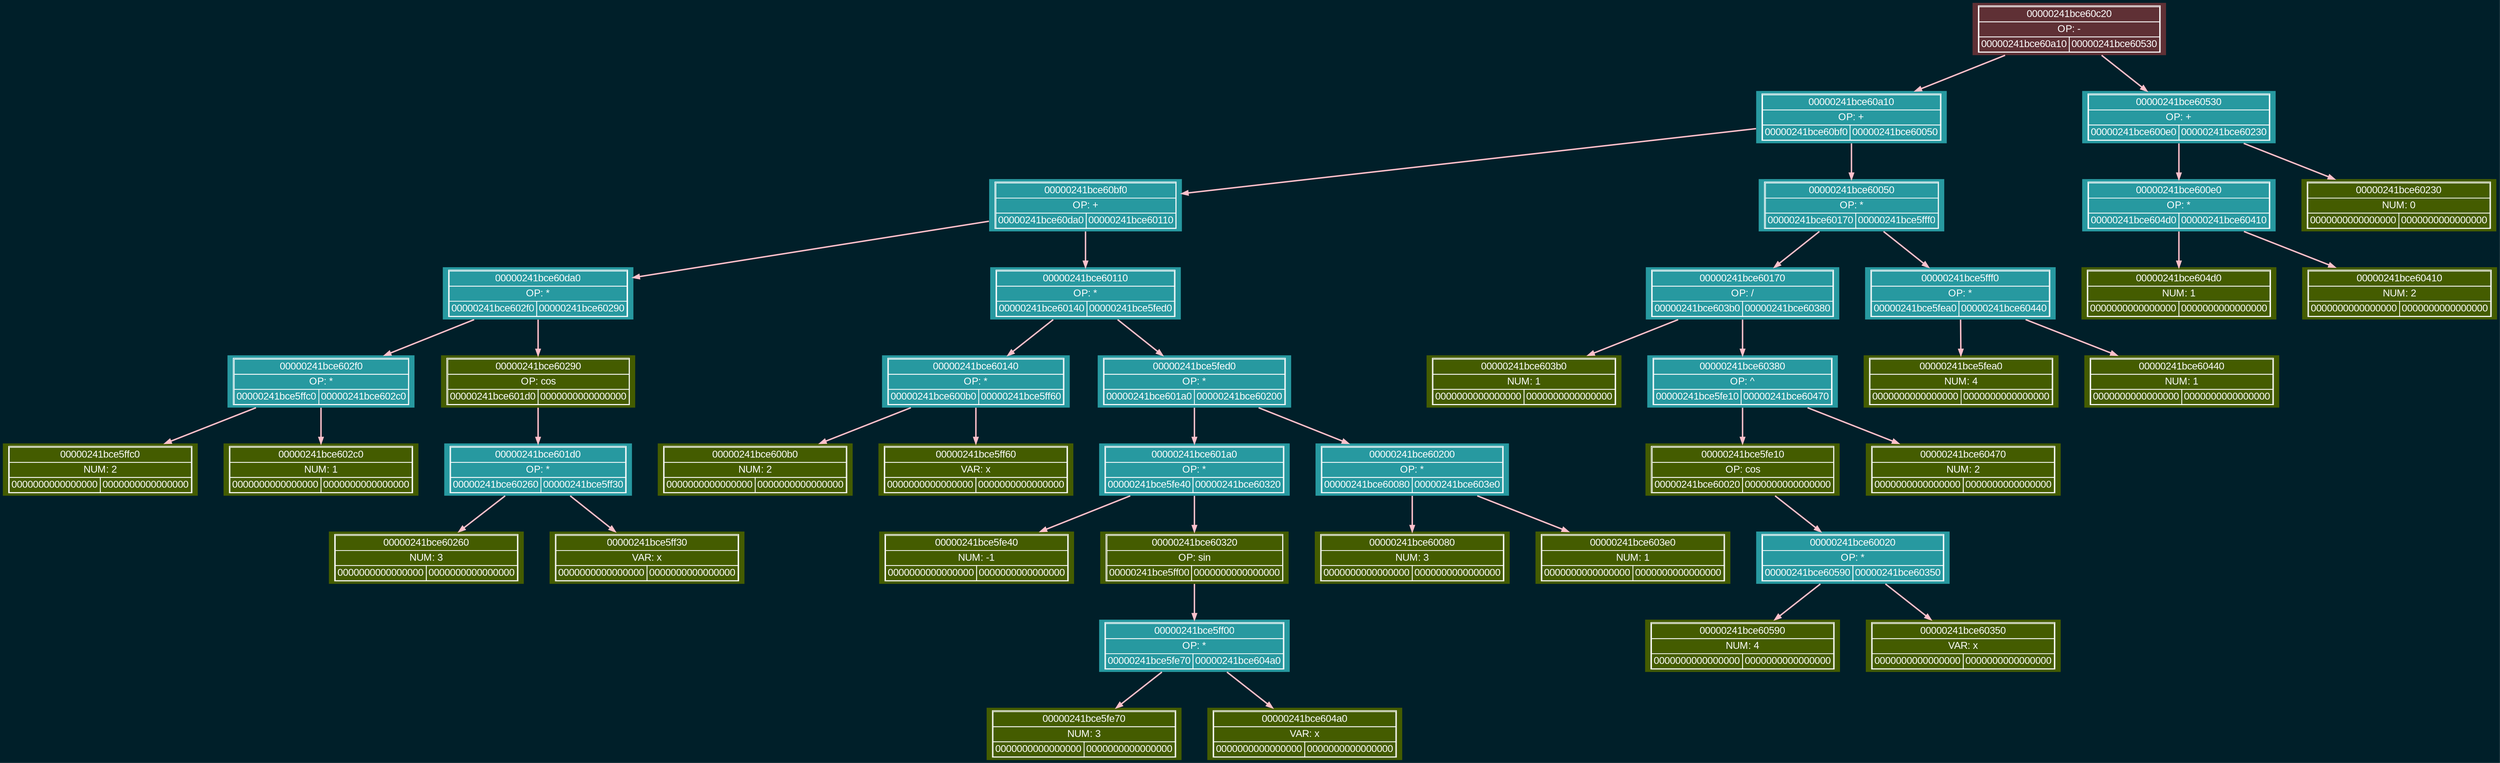
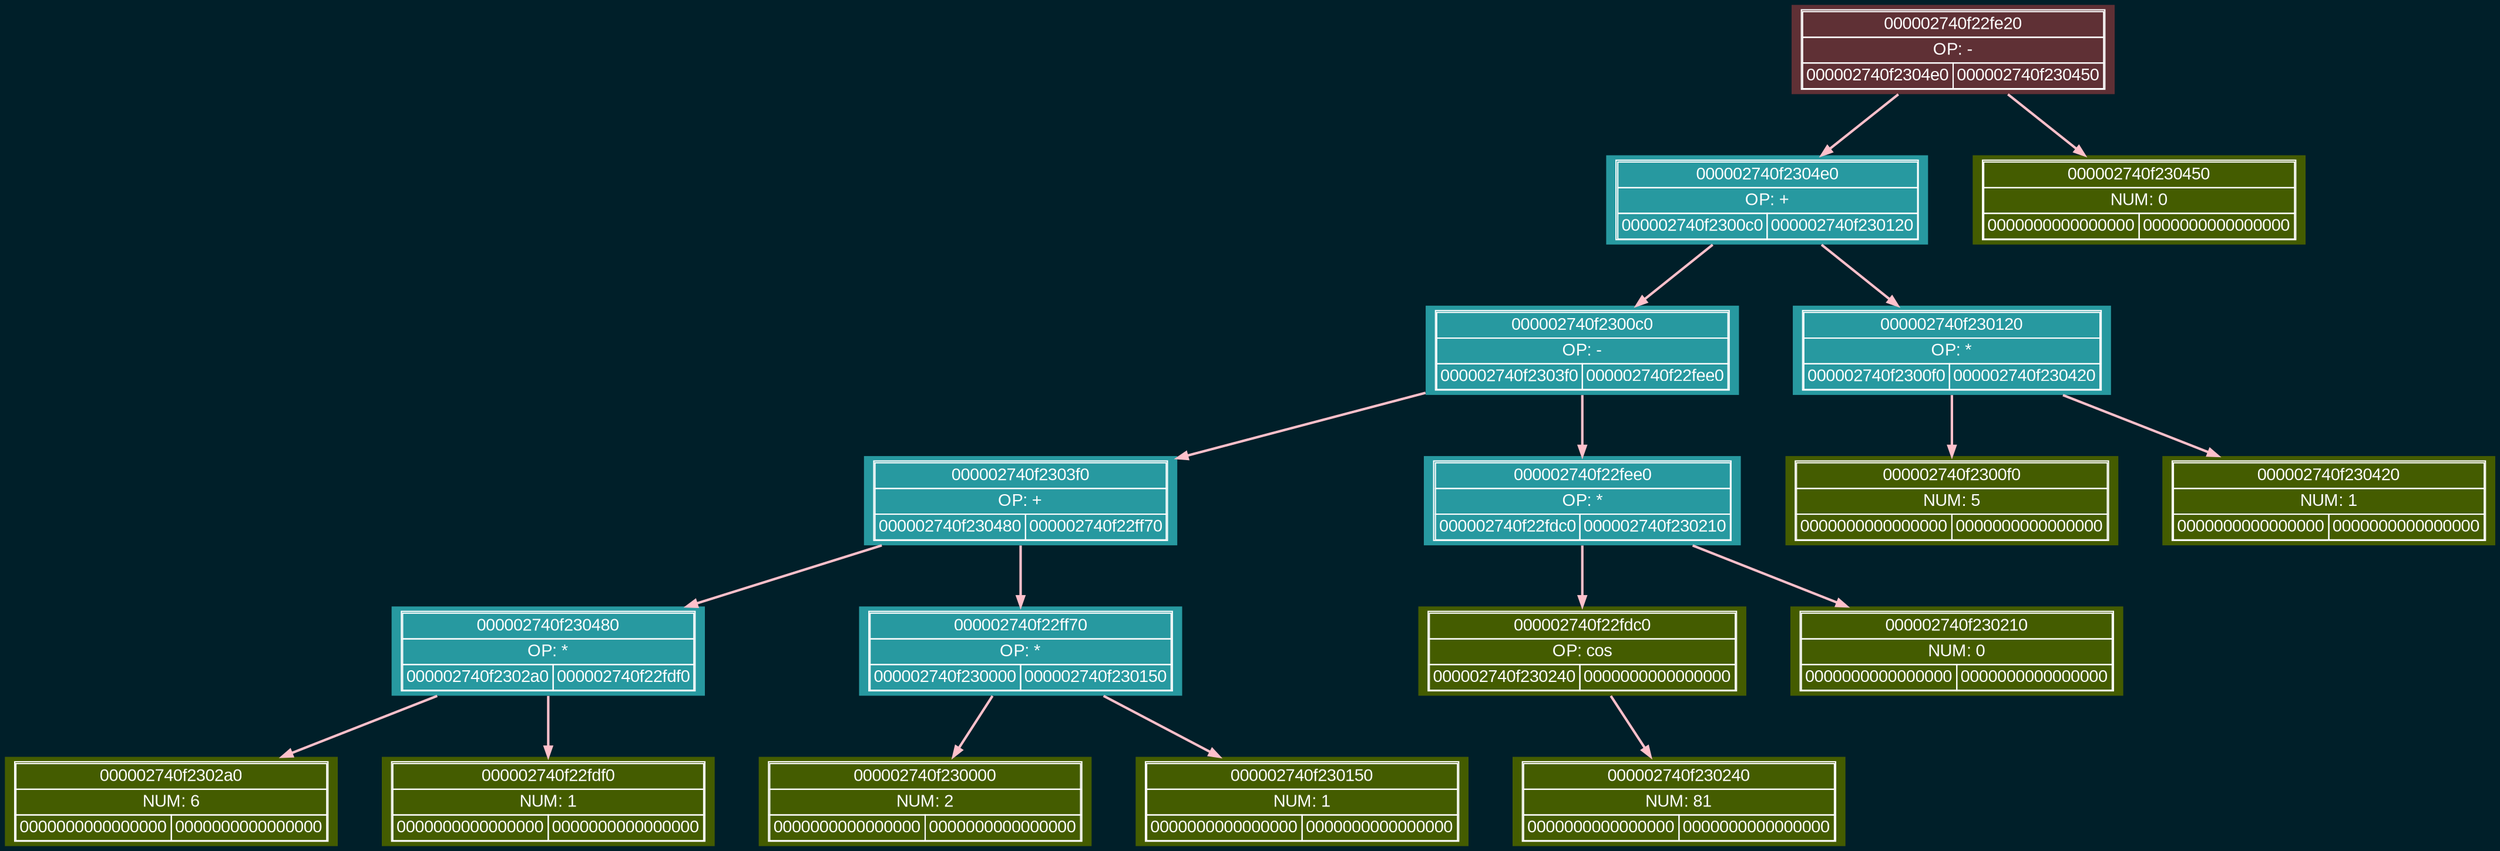
digraph tree{
    charset="UTF-8";
    bgcolor="#001f29";
     rankdir = TB;
    nodesep = 0.5;
    ranksep = 0.7;
    node [shape=plaintext, style=filled, fontname="Arial"];
    edge [fontname="Arial"];

    labelloc="t";
-     node00000241bce60c20 [label=<<TABLE BORDER='1' CELLBORDER='1' CELLSPACING='0'><TR><TD COLSPAN='2'>00000241bce60c20</TD></TR><TR><TD COLSPAN='2'>OP: -</TD></TR><TR><TD>00000241bce60a10</TD><TD>00000241bce60530</TD></TR></TABLE>>, fillcolor="#5f3035", color="#fdfdfd", fontcolor="#fdfdfd"];
-     node00000241bce60a10 [label=<<TABLE BORDER='1' CELLBORDER='1' CELLSPACING='0'><TR><TD COLSPAN='2'>00000241bce60a10</TD></TR><TR><TD COLSPAN='2'>OP: +</TD></TR><TR><TD>00000241bce60bf0</TD><TD>00000241bce60050</TD></TR></TABLE>>, fillcolor="#2799a0", color="#fdfdfd", fontcolor="#fdfdfd"];
-     node00000241bce60bf0 [label=<<TABLE BORDER='1' CELLBORDER='1' CELLSPACING='0'><TR><TD COLSPAN='2'>00000241bce60bf0</TD></TR><TR><TD COLSPAN='2'>OP: +</TD></TR><TR><TD>00000241bce60da0</TD><TD>00000241bce60110</TD></TR></TABLE>>, fillcolor="#2799a0", color="#fdfdfd", fontcolor="#fdfdfd"];
-     node00000241bce60da0 [label=<<TABLE BORDER='1' CELLBORDER='1' CELLSPACING='0'><TR><TD COLSPAN='2'>00000241bce60da0</TD></TR><TR><TD COLSPAN='2'>OP: *</TD></TR><TR><TD>00000241bce602f0</TD><TD>00000241bce60290</TD></TR></TABLE>>, fillcolor="#2799a0", color="#fdfdfd", fontcolor="#fdfdfd"];
-     node00000241bce602f0 [label=<<TABLE BORDER='1' CELLBORDER='1' CELLSPACING='0'><TR><TD COLSPAN='2'>00000241bce602f0</TD></TR><TR><TD COLSPAN='2'>OP: *</TD></TR><TR><TD>00000241bce5ffc0</TD><TD>00000241bce602c0</TD></TR></TABLE>>, fillcolor="#2799a0", color="#fdfdfd", fontcolor="#fdfdfd"];
-     node00000241bce5ffc0 [label=<<TABLE BORDER='1' CELLBORDER='1' CELLSPACING='0'><TR><TD COLSPAN='2'>00000241bce5ffc0</TD></TR><TR><TD COLSPAN='2'>NUM: 2</TD></TR><TR><TD>0000000000000000</TD><TD>0000000000000000</TD></TR></TABLE>>, fillcolor="#445c00", color="#fdfdfd", fontcolor="#fdfdfd"];
-     node00000241bce602c0 [label=<<TABLE BORDER='1' CELLBORDER='1' CELLSPACING='0'><TR><TD COLSPAN='2'>00000241bce602c0</TD></TR><TR><TD COLSPAN='2'>NUM: 1</TD></TR><TR><TD>0000000000000000</TD><TD>0000000000000000</TD></TR></TABLE>>, fillcolor="#445c00", color="#fdfdfd", fontcolor="#fdfdfd"];
-     node00000241bce60290 [label=<<TABLE BORDER='1' CELLBORDER='1' CELLSPACING='0'><TR><TD COLSPAN='2'>00000241bce60290</TD></TR><TR><TD COLSPAN='2'>OP: cos</TD></TR><TR><TD>00000241bce601d0</TD><TD>0000000000000000</TD></TR></TABLE>>, fillcolor="#445c00", color="#fdfdfd", fontcolor="#fdfdfd"];
-     node00000241bce601d0 [label=<<TABLE BORDER='1' CELLBORDER='1' CELLSPACING='0'><TR><TD COLSPAN='2'>00000241bce601d0</TD></TR><TR><TD COLSPAN='2'>OP: *</TD></TR><TR><TD>00000241bce60260</TD><TD>00000241bce5ff30</TD></TR></TABLE>>, fillcolor="#2799a0", color="#fdfdfd", fontcolor="#fdfdfd"];
-     node00000241bce60260 [label=<<TABLE BORDER='1' CELLBORDER='1' CELLSPACING='0'><TR><TD COLSPAN='2'>00000241bce60260</TD></TR><TR><TD COLSPAN='2'>NUM: 3</TD></TR><TR><TD>0000000000000000</TD><TD>0000000000000000</TD></TR></TABLE>>, fillcolor="#445c00", color="#fdfdfd", fontcolor="#fdfdfd"];
-     node00000241bce5ff30 [label=<<TABLE BORDER='1' CELLBORDER='1' CELLSPACING='0'><TR><TD COLSPAN='2'>00000241bce5ff30</TD></TR><TR><TD COLSPAN='2'>VAR: x</TD></TR><TR><TD>0000000000000000</TD><TD>0000000000000000</TD></TR></TABLE>>, fillcolor="#445c00", color="#fdfdfd", fontcolor="#fdfdfd"];
-     node00000241bce60110 [label=<<TABLE BORDER='1' CELLBORDER='1' CELLSPACING='0'><TR><TD COLSPAN='2'>00000241bce60110</TD></TR><TR><TD COLSPAN='2'>OP: *</TD></TR><TR><TD>00000241bce60140</TD><TD>00000241bce5fed0</TD></TR></TABLE>>, fillcolor="#2799a0", color="#fdfdfd", fontcolor="#fdfdfd"];
-     node00000241bce60140 [label=<<TABLE BORDER='1' CELLBORDER='1' CELLSPACING='0'><TR><TD COLSPAN='2'>00000241bce60140</TD></TR><TR><TD COLSPAN='2'>OP: *</TD></TR><TR><TD>00000241bce600b0</TD><TD>00000241bce5ff60</TD></TR></TABLE>>, fillcolor="#2799a0", color="#fdfdfd", fontcolor="#fdfdfd"];
-     node00000241bce600b0 [label=<<TABLE BORDER='1' CELLBORDER='1' CELLSPACING='0'><TR><TD COLSPAN='2'>00000241bce600b0</TD></TR><TR><TD COLSPAN='2'>NUM: 2</TD></TR><TR><TD>0000000000000000</TD><TD>0000000000000000</TD></TR></TABLE>>, fillcolor="#445c00", color="#fdfdfd", fontcolor="#fdfdfd"];
-     node00000241bce5ff60 [label=<<TABLE BORDER='1' CELLBORDER='1' CELLSPACING='0'><TR><TD COLSPAN='2'>00000241bce5ff60</TD></TR><TR><TD COLSPAN='2'>VAR: x</TD></TR><TR><TD>0000000000000000</TD><TD>0000000000000000</TD></TR></TABLE>>, fillcolor="#445c00", color="#fdfdfd", fontcolor="#fdfdfd"];
-     node00000241bce5fed0 [label=<<TABLE BORDER='1' CELLBORDER='1' CELLSPACING='0'><TR><TD COLSPAN='2'>00000241bce5fed0</TD></TR><TR><TD COLSPAN='2'>OP: *</TD></TR><TR><TD>00000241bce601a0</TD><TD>00000241bce60200</TD></TR></TABLE>>, fillcolor="#2799a0", color="#fdfdfd", fontcolor="#fdfdfd"];
-     node00000241bce601a0 [label=<<TABLE BORDER='1' CELLBORDER='1' CELLSPACING='0'><TR><TD COLSPAN='2'>00000241bce601a0</TD></TR><TR><TD COLSPAN='2'>OP: *</TD></TR><TR><TD>00000241bce5fe40</TD><TD>00000241bce60320</TD></TR></TABLE>>, fillcolor="#2799a0", color="#fdfdfd", fontcolor="#fdfdfd"];
-     node00000241bce5fe40 [label=<<TABLE BORDER='1' CELLBORDER='1' CELLSPACING='0'><TR><TD COLSPAN='2'>00000241bce5fe40</TD></TR><TR><TD COLSPAN='2'>NUM: -1</TD></TR><TR><TD>0000000000000000</TD><TD>0000000000000000</TD></TR></TABLE>>, fillcolor="#445c00", color="#fdfdfd", fontcolor="#fdfdfd"];
-     node00000241bce60320 [label=<<TABLE BORDER='1' CELLBORDER='1' CELLSPACING='0'><TR><TD COLSPAN='2'>00000241bce60320</TD></TR><TR><TD COLSPAN='2'>OP: sin</TD></TR><TR><TD>00000241bce5ff00</TD><TD>0000000000000000</TD></TR></TABLE>>, fillcolor="#445c00", color="#fdfdfd", fontcolor="#fdfdfd"];
-     node00000241bce5ff00 [label=<<TABLE BORDER='1' CELLBORDER='1' CELLSPACING='0'><TR><TD COLSPAN='2'>00000241bce5ff00</TD></TR><TR><TD COLSPAN='2'>OP: *</TD></TR><TR><TD>00000241bce5fe70</TD><TD>00000241bce604a0</TD></TR></TABLE>>, fillcolor="#2799a0", color="#fdfdfd", fontcolor="#fdfdfd"];
-     node00000241bce5fe70 [label=<<TABLE BORDER='1' CELLBORDER='1' CELLSPACING='0'><TR><TD COLSPAN='2'>00000241bce5fe70</TD></TR><TR><TD COLSPAN='2'>NUM: 3</TD></TR><TR><TD>0000000000000000</TD><TD>0000000000000000</TD></TR></TABLE>>, fillcolor="#445c00", color="#fdfdfd", fontcolor="#fdfdfd"];
-     node00000241bce604a0 [label=<<TABLE BORDER='1' CELLBORDER='1' CELLSPACING='0'><TR><TD COLSPAN='2'>00000241bce604a0</TD></TR><TR><TD COLSPAN='2'>VAR: x</TD></TR><TR><TD>0000000000000000</TD><TD>0000000000000000</TD></TR></TABLE>>, fillcolor="#445c00", color="#fdfdfd", fontcolor="#fdfdfd"];
-     node00000241bce60200 [label=<<TABLE BORDER='1' CELLBORDER='1' CELLSPACING='0'><TR><TD COLSPAN='2'>00000241bce60200</TD></TR><TR><TD COLSPAN='2'>OP: *</TD></TR><TR><TD>00000241bce60080</TD><TD>00000241bce603e0</TD></TR></TABLE>>, fillcolor="#2799a0", color="#fdfdfd", fontcolor="#fdfdfd"];
-     node00000241bce60080 [label=<<TABLE BORDER='1' CELLBORDER='1' CELLSPACING='0'><TR><TD COLSPAN='2'>00000241bce60080</TD></TR><TR><TD COLSPAN='2'>NUM: 3</TD></TR><TR><TD>0000000000000000</TD><TD>0000000000000000</TD></TR></TABLE>>, fillcolor="#445c00", color="#fdfdfd", fontcolor="#fdfdfd"];
-     node00000241bce603e0 [label=<<TABLE BORDER='1' CELLBORDER='1' CELLSPACING='0'><TR><TD COLSPAN='2'>00000241bce603e0</TD></TR><TR><TD COLSPAN='2'>NUM: 1</TD></TR><TR><TD>0000000000000000</TD><TD>0000000000000000</TD></TR></TABLE>>, fillcolor="#445c00", color="#fdfdfd", fontcolor="#fdfdfd"];
-     node00000241bce60050 [label=<<TABLE BORDER='1' CELLBORDER='1' CELLSPACING='0'><TR><TD COLSPAN='2'>00000241bce60050</TD></TR><TR><TD COLSPAN='2'>OP: *</TD></TR><TR><TD>00000241bce60170</TD><TD>00000241bce5fff0</TD></TR></TABLE>>, fillcolor="#2799a0", color="#fdfdfd", fontcolor="#fdfdfd"];
-     node00000241bce60170 [label=<<TABLE BORDER='1' CELLBORDER='1' CELLSPACING='0'><TR><TD COLSPAN='2'>00000241bce60170</TD></TR><TR><TD COLSPAN='2'>OP: /</TD></TR><TR><TD>00000241bce603b0</TD><TD>00000241bce60380</TD></TR></TABLE>>, fillcolor="#2799a0", color="#fdfdfd", fontcolor="#fdfdfd"];
-     node00000241bce603b0 [label=<<TABLE BORDER='1' CELLBORDER='1' CELLSPACING='0'><TR><TD COLSPAN='2'>00000241bce603b0</TD></TR><TR><TD COLSPAN='2'>NUM: 1</TD></TR><TR><TD>0000000000000000</TD><TD>0000000000000000</TD></TR></TABLE>>, fillcolor="#445c00", color="#fdfdfd", fontcolor="#fdfdfd"];
-     node00000241bce60380 [label=<<TABLE BORDER='1' CELLBORDER='1' CELLSPACING='0'><TR><TD COLSPAN='2'>00000241bce60380</TD></TR><TR><TD COLSPAN='2'>OP: ^</TD></TR><TR><TD>00000241bce5fe10</TD><TD>00000241bce60470</TD></TR></TABLE>>, fillcolor="#2799a0", color="#fdfdfd", fontcolor="#fdfdfd"];
-     node00000241bce5fe10 [label=<<TABLE BORDER='1' CELLBORDER='1' CELLSPACING='0'><TR><TD COLSPAN='2'>00000241bce5fe10</TD></TR><TR><TD COLSPAN='2'>OP: cos</TD></TR><TR><TD>00000241bce60020</TD><TD>0000000000000000</TD></TR></TABLE>>, fillcolor="#445c00", color="#fdfdfd", fontcolor="#fdfdfd"];
-     node00000241bce60020 [label=<<TABLE BORDER='1' CELLBORDER='1' CELLSPACING='0'><TR><TD COLSPAN='2'>00000241bce60020</TD></TR><TR><TD COLSPAN='2'>OP: *</TD></TR><TR><TD>00000241bce60590</TD><TD>00000241bce60350</TD></TR></TABLE>>, fillcolor="#2799a0", color="#fdfdfd", fontcolor="#fdfdfd"];
-     node00000241bce60590 [label=<<TABLE BORDER='1' CELLBORDER='1' CELLSPACING='0'><TR><TD COLSPAN='2'>00000241bce60590</TD></TR><TR><TD COLSPAN='2'>NUM: 4</TD></TR><TR><TD>0000000000000000</TD><TD>0000000000000000</TD></TR></TABLE>>, fillcolor="#445c00", color="#fdfdfd", fontcolor="#fdfdfd"];
-     node00000241bce60350 [label=<<TABLE BORDER='1' CELLBORDER='1' CELLSPACING='0'><TR><TD COLSPAN='2'>00000241bce60350</TD></TR><TR><TD COLSPAN='2'>VAR: x</TD></TR><TR><TD>0000000000000000</TD><TD>0000000000000000</TD></TR></TABLE>>, fillcolor="#445c00", color="#fdfdfd", fontcolor="#fdfdfd"];
-     node00000241bce60470 [label=<<TABLE BORDER='1' CELLBORDER='1' CELLSPACING='0'><TR><TD COLSPAN='2'>00000241bce60470</TD></TR><TR><TD COLSPAN='2'>NUM: 2</TD></TR><TR><TD>0000000000000000</TD><TD>0000000000000000</TD></TR></TABLE>>, fillcolor="#445c00", color="#fdfdfd", fontcolor="#fdfdfd"];
-     node00000241bce5fff0 [label=<<TABLE BORDER='1' CELLBORDER='1' CELLSPACING='0'><TR><TD COLSPAN='2'>00000241bce5fff0</TD></TR><TR><TD COLSPAN='2'>OP: *</TD></TR><TR><TD>00000241bce5fea0</TD><TD>00000241bce60440</TD></TR></TABLE>>, fillcolor="#2799a0", color="#fdfdfd", fontcolor="#fdfdfd"];
-     node00000241bce5fea0 [label=<<TABLE BORDER='1' CELLBORDER='1' CELLSPACING='0'><TR><TD COLSPAN='2'>00000241bce5fea0</TD></TR><TR><TD COLSPAN='2'>NUM: 4</TD></TR><TR><TD>0000000000000000</TD><TD>0000000000000000</TD></TR></TABLE>>, fillcolor="#445c00", color="#fdfdfd", fontcolor="#fdfdfd"];
-     node00000241bce60440 [label=<<TABLE BORDER='1' CELLBORDER='1' CELLSPACING='0'><TR><TD COLSPAN='2'>00000241bce60440</TD></TR><TR><TD COLSPAN='2'>NUM: 1</TD></TR><TR><TD>0000000000000000</TD><TD>0000000000000000</TD></TR></TABLE>>, fillcolor="#445c00", color="#fdfdfd", fontcolor="#fdfdfd"];
-     node00000241bce60530 [label=<<TABLE BORDER='1' CELLBORDER='1' CELLSPACING='0'><TR><TD COLSPAN='2'>00000241bce60530</TD></TR><TR><TD COLSPAN='2'>OP: +</TD></TR><TR><TD>00000241bce600e0</TD><TD>00000241bce60230</TD></TR></TABLE>>, fillcolor="#2799a0", color="#fdfdfd", fontcolor="#fdfdfd"];
-     node00000241bce600e0 [label=<<TABLE BORDER='1' CELLBORDER='1' CELLSPACING='0'><TR><TD COLSPAN='2'>00000241bce600e0</TD></TR><TR><TD COLSPAN='2'>OP: *</TD></TR><TR><TD>00000241bce604d0</TD><TD>00000241bce60410</TD></TR></TABLE>>, fillcolor="#2799a0", color="#fdfdfd", fontcolor="#fdfdfd"];
-     node00000241bce604d0 [label=<<TABLE BORDER='1' CELLBORDER='1' CELLSPACING='0'><TR><TD COLSPAN='2'>00000241bce604d0</TD></TR><TR><TD COLSPAN='2'>NUM: 1</TD></TR><TR><TD>0000000000000000</TD><TD>0000000000000000</TD></TR></TABLE>>, fillcolor="#445c00", color="#fdfdfd", fontcolor="#fdfdfd"];
-     node00000241bce60410 [label=<<TABLE BORDER='1' CELLBORDER='1' CELLSPACING='0'><TR><TD COLSPAN='2'>00000241bce60410</TD></TR><TR><TD COLSPAN='2'>NUM: 2</TD></TR><TR><TD>0000000000000000</TD><TD>0000000000000000</TD></TR></TABLE>>, fillcolor="#445c00", color="#fdfdfd", fontcolor="#fdfdfd"];
-     node00000241bce60230 [label=<<TABLE BORDER='1' CELLBORDER='1' CELLSPACING='0'><TR><TD COLSPAN='2'>00000241bce60230</TD></TR><TR><TD COLSPAN='2'>NUM: 0</TD></TR><TR><TD>0000000000000000</TD><TD>0000000000000000</TD></TR></TABLE>>, fillcolor="#445c00", color="#fdfdfd", fontcolor="#fdfdfd"];
-     node00000241bce60c20 -> node00000241bce60a10 [color="pink", penwidth=2, fontcolor="pink", fontsize=12, arrowsize=0.8];
-     node00000241bce60c20 -> node00000241bce60530 [color="pink", penwidth=2, fontcolor="pink", fontsize=12, arrowsize=0.8];
-     node00000241bce60a10 -> node00000241bce60bf0 [color="pink", penwidth=2, fontcolor="pink", fontsize=12, arrowsize=0.8];
-     node00000241bce60a10 -> node00000241bce60050 [color="pink", penwidth=2, fontcolor="pink", fontsize=12, arrowsize=0.8];
-     node00000241bce60bf0 -> node00000241bce60da0 [color="pink", penwidth=2, fontcolor="pink", fontsize=12, arrowsize=0.8];
-     node00000241bce60bf0 -> node00000241bce60110 [color="pink", penwidth=2, fontcolor="pink", fontsize=12, arrowsize=0.8];
-     node00000241bce60da0 -> node00000241bce602f0 [color="pink", penwidth=2, fontcolor="pink", fontsize=12, arrowsize=0.8];
-     node00000241bce60da0 -> node00000241bce60290 [color="pink", penwidth=2, fontcolor="pink", fontsize=12, arrowsize=0.8];
-     node00000241bce602f0 -> node00000241bce5ffc0 [color="pink", penwidth=2, fontcolor="pink", fontsize=12, arrowsize=0.8];
-     node00000241bce602f0 -> node00000241bce602c0 [color="pink", penwidth=2, fontcolor="pink", fontsize=12, arrowsize=0.8];
-     node00000241bce60290 -> node00000241bce601d0 [color="pink", penwidth=2, fontcolor="pink", fontsize=12, arrowsize=0.8];
-     node00000241bce601d0 -> node00000241bce60260 [color="pink", penwidth=2, fontcolor="pink", fontsize=12, arrowsize=0.8];
-     node00000241bce601d0 -> node00000241bce5ff30 [color="pink", penwidth=2, fontcolor="pink", fontsize=12, arrowsize=0.8];
-     node00000241bce60110 -> node00000241bce60140 [color="pink", penwidth=2, fontcolor="pink", fontsize=12, arrowsize=0.8];
-     node00000241bce60110 -> node00000241bce5fed0 [color="pink", penwidth=2, fontcolor="pink", fontsize=12, arrowsize=0.8];
-     node00000241bce60140 -> node00000241bce600b0 [color="pink", penwidth=2, fontcolor="pink", fontsize=12, arrowsize=0.8];
-     node00000241bce60140 -> node00000241bce5ff60 [color="pink", penwidth=2, fontcolor="pink", fontsize=12, arrowsize=0.8];
-     node00000241bce5fed0 -> node00000241bce601a0 [color="pink", penwidth=2, fontcolor="pink", fontsize=12, arrowsize=0.8];
-     node00000241bce5fed0 -> node00000241bce60200 [color="pink", penwidth=2, fontcolor="pink", fontsize=12, arrowsize=0.8];
-     node00000241bce601a0 -> node00000241bce5fe40 [color="pink", penwidth=2, fontcolor="pink", fontsize=12, arrowsize=0.8];
-     node00000241bce601a0 -> node00000241bce60320 [color="pink", penwidth=2, fontcolor="pink", fontsize=12, arrowsize=0.8];
-     node00000241bce60320 -> node00000241bce5ff00 [color="pink", penwidth=2, fontcolor="pink", fontsize=12, arrowsize=0.8];
-     node00000241bce5ff00 -> node00000241bce5fe70 [color="pink", penwidth=2, fontcolor="pink", fontsize=12, arrowsize=0.8];
-     node00000241bce5ff00 -> node00000241bce604a0 [color="pink", penwidth=2, fontcolor="pink", fontsize=12, arrowsize=0.8];
-     node00000241bce60200 -> node00000241bce60080 [color="pink", penwidth=2, fontcolor="pink", fontsize=12, arrowsize=0.8];
-     node00000241bce60200 -> node00000241bce603e0 [color="pink", penwidth=2, fontcolor="pink", fontsize=12, arrowsize=0.8];
-     node00000241bce60050 -> node00000241bce60170 [color="pink", penwidth=2, fontcolor="pink", fontsize=12, arrowsize=0.8];
-     node00000241bce60050 -> node00000241bce5fff0 [color="pink", penwidth=2, fontcolor="pink", fontsize=12, arrowsize=0.8];
-     node00000241bce60170 -> node00000241bce603b0 [color="pink", penwidth=2, fontcolor="pink", fontsize=12, arrowsize=0.8];
-     node00000241bce60170 -> node00000241bce60380 [color="pink", penwidth=2, fontcolor="pink", fontsize=12, arrowsize=0.8];
-     node00000241bce60380 -> node00000241bce5fe10 [color="pink", penwidth=2, fontcolor="pink", fontsize=12, arrowsize=0.8];
-     node00000241bce60380 -> node00000241bce60470 [color="pink", penwidth=2, fontcolor="pink", fontsize=12, arrowsize=0.8];
-     node00000241bce5fe10 -> node00000241bce60020 [color="pink", penwidth=2, fontcolor="pink", fontsize=12, arrowsize=0.8];
-     node00000241bce60020 -> node00000241bce60590 [color="pink", penwidth=2, fontcolor="pink", fontsize=12, arrowsize=0.8];
-     node00000241bce60020 -> node00000241bce60350 [color="pink", penwidth=2, fontcolor="pink", fontsize=12, arrowsize=0.8];
-     node00000241bce5fff0 -> node00000241bce5fea0 [color="pink", penwidth=2, fontcolor="pink", fontsize=12, arrowsize=0.8];
-     node00000241bce5fff0 -> node00000241bce60440 [color="pink", penwidth=2, fontcolor="pink", fontsize=12, arrowsize=0.8];
-     node00000241bce60530 -> node00000241bce600e0 [color="pink", penwidth=2, fontcolor="pink", fontsize=12, arrowsize=0.8];
-     node00000241bce60530 -> node00000241bce60230 [color="pink", penwidth=2, fontcolor="pink", fontsize=12, arrowsize=0.8];
-     node00000241bce600e0 -> node00000241bce604d0 [color="pink", penwidth=2, fontcolor="pink", fontsize=12, arrowsize=0.8];
-     node00000241bce600e0 -> node00000241bce60410 [color="pink", penwidth=2, fontcolor="pink", fontsize=12, arrowsize=0.8];
+     node000002740f22fe20 [label=<<TABLE BORDER='1' CELLBORDER='1' CELLSPACING='0'><TR><TD COLSPAN='2'>000002740f22fe20</TD></TR><TR><TD COLSPAN='2'>OP: -</TD></TR><TR><TD>000002740f2304e0</TD><TD>000002740f230450</TD></TR></TABLE>>, fillcolor="#5f3035", color="#fdfdfd", fontcolor="#fdfdfd"];
+     node000002740f2304e0 [label=<<TABLE BORDER='1' CELLBORDER='1' CELLSPACING='0'><TR><TD COLSPAN='2'>000002740f2304e0</TD></TR><TR><TD COLSPAN='2'>OP: +</TD></TR><TR><TD>000002740f2300c0</TD><TD>000002740f230120</TD></TR></TABLE>>, fillcolor="#2799a0", color="#fdfdfd", fontcolor="#fdfdfd"];
+     node000002740f2300c0 [label=<<TABLE BORDER='1' CELLBORDER='1' CELLSPACING='0'><TR><TD COLSPAN='2'>000002740f2300c0</TD></TR><TR><TD COLSPAN='2'>OP: -</TD></TR><TR><TD>000002740f2303f0</TD><TD>000002740f22fee0</TD></TR></TABLE>>, fillcolor="#2799a0", color="#fdfdfd", fontcolor="#fdfdfd"];
+     node000002740f2303f0 [label=<<TABLE BORDER='1' CELLBORDER='1' CELLSPACING='0'><TR><TD COLSPAN='2'>000002740f2303f0</TD></TR><TR><TD COLSPAN='2'>OP: +</TD></TR><TR><TD>000002740f230480</TD><TD>000002740f22ff70</TD></TR></TABLE>>, fillcolor="#2799a0", color="#fdfdfd", fontcolor="#fdfdfd"];
+     node000002740f230480 [label=<<TABLE BORDER='1' CELLBORDER='1' CELLSPACING='0'><TR><TD COLSPAN='2'>000002740f230480</TD></TR><TR><TD COLSPAN='2'>OP: *</TD></TR><TR><TD>000002740f2302a0</TD><TD>000002740f22fdf0</TD></TR></TABLE>>, fillcolor="#2799a0", color="#fdfdfd", fontcolor="#fdfdfd"];
+     node000002740f2302a0 [label=<<TABLE BORDER='1' CELLBORDER='1' CELLSPACING='0'><TR><TD COLSPAN='2'>000002740f2302a0</TD></TR><TR><TD COLSPAN='2'>NUM: 6</TD></TR><TR><TD>0000000000000000</TD><TD>0000000000000000</TD></TR></TABLE>>, fillcolor="#445c00", color="#fdfdfd", fontcolor="#fdfdfd"];
+     node000002740f22fdf0 [label=<<TABLE BORDER='1' CELLBORDER='1' CELLSPACING='0'><TR><TD COLSPAN='2'>000002740f22fdf0</TD></TR><TR><TD COLSPAN='2'>NUM: 1</TD></TR><TR><TD>0000000000000000</TD><TD>0000000000000000</TD></TR></TABLE>>, fillcolor="#445c00", color="#fdfdfd", fontcolor="#fdfdfd"];
+     node000002740f22ff70 [label=<<TABLE BORDER='1' CELLBORDER='1' CELLSPACING='0'><TR><TD COLSPAN='2'>000002740f22ff70</TD></TR><TR><TD COLSPAN='2'>OP: *</TD></TR><TR><TD>000002740f230000</TD><TD>000002740f230150</TD></TR></TABLE>>, fillcolor="#2799a0", color="#fdfdfd", fontcolor="#fdfdfd"];
+     node000002740f230000 [label=<<TABLE BORDER='1' CELLBORDER='1' CELLSPACING='0'><TR><TD COLSPAN='2'>000002740f230000</TD></TR><TR><TD COLSPAN='2'>NUM: 2</TD></TR><TR><TD>0000000000000000</TD><TD>0000000000000000</TD></TR></TABLE>>, fillcolor="#445c00", color="#fdfdfd", fontcolor="#fdfdfd"];
+     node000002740f230150 [label=<<TABLE BORDER='1' CELLBORDER='1' CELLSPACING='0'><TR><TD COLSPAN='2'>000002740f230150</TD></TR><TR><TD COLSPAN='2'>NUM: 1</TD></TR><TR><TD>0000000000000000</TD><TD>0000000000000000</TD></TR></TABLE>>, fillcolor="#445c00", color="#fdfdfd", fontcolor="#fdfdfd"];
+     node000002740f22fee0 [label=<<TABLE BORDER='1' CELLBORDER='1' CELLSPACING='0'><TR><TD COLSPAN='2'>000002740f22fee0</TD></TR><TR><TD COLSPAN='2'>OP: *</TD></TR><TR><TD>000002740f22fdc0</TD><TD>000002740f230210</TD></TR></TABLE>>, fillcolor="#2799a0", color="#fdfdfd", fontcolor="#fdfdfd"];
+     node000002740f22fdc0 [label=<<TABLE BORDER='1' CELLBORDER='1' CELLSPACING='0'><TR><TD COLSPAN='2'>000002740f22fdc0</TD></TR><TR><TD COLSPAN='2'>OP: cos</TD></TR><TR><TD>000002740f230240</TD><TD>0000000000000000</TD></TR></TABLE>>, fillcolor="#445c00", color="#fdfdfd", fontcolor="#fdfdfd"];
+     node000002740f230240 [label=<<TABLE BORDER='1' CELLBORDER='1' CELLSPACING='0'><TR><TD COLSPAN='2'>000002740f230240</TD></TR><TR><TD COLSPAN='2'>NUM: 81</TD></TR><TR><TD>0000000000000000</TD><TD>0000000000000000</TD></TR></TABLE>>, fillcolor="#445c00", color="#fdfdfd", fontcolor="#fdfdfd"];
+     node000002740f230210 [label=<<TABLE BORDER='1' CELLBORDER='1' CELLSPACING='0'><TR><TD COLSPAN='2'>000002740f230210</TD></TR><TR><TD COLSPAN='2'>NUM: 0</TD></TR><TR><TD>0000000000000000</TD><TD>0000000000000000</TD></TR></TABLE>>, fillcolor="#445c00", color="#fdfdfd", fontcolor="#fdfdfd"];
+     node000002740f230120 [label=<<TABLE BORDER='1' CELLBORDER='1' CELLSPACING='0'><TR><TD COLSPAN='2'>000002740f230120</TD></TR><TR><TD COLSPAN='2'>OP: *</TD></TR><TR><TD>000002740f2300f0</TD><TD>000002740f230420</TD></TR></TABLE>>, fillcolor="#2799a0", color="#fdfdfd", fontcolor="#fdfdfd"];
+     node000002740f2300f0 [label=<<TABLE BORDER='1' CELLBORDER='1' CELLSPACING='0'><TR><TD COLSPAN='2'>000002740f2300f0</TD></TR><TR><TD COLSPAN='2'>NUM: 5</TD></TR><TR><TD>0000000000000000</TD><TD>0000000000000000</TD></TR></TABLE>>, fillcolor="#445c00", color="#fdfdfd", fontcolor="#fdfdfd"];
+     node000002740f230420 [label=<<TABLE BORDER='1' CELLBORDER='1' CELLSPACING='0'><TR><TD COLSPAN='2'>000002740f230420</TD></TR><TR><TD COLSPAN='2'>NUM: 1</TD></TR><TR><TD>0000000000000000</TD><TD>0000000000000000</TD></TR></TABLE>>, fillcolor="#445c00", color="#fdfdfd", fontcolor="#fdfdfd"];
+     node000002740f230450 [label=<<TABLE BORDER='1' CELLBORDER='1' CELLSPACING='0'><TR><TD COLSPAN='2'>000002740f230450</TD></TR><TR><TD COLSPAN='2'>NUM: 0</TD></TR><TR><TD>0000000000000000</TD><TD>0000000000000000</TD></TR></TABLE>>, fillcolor="#445c00", color="#fdfdfd", fontcolor="#fdfdfd"];
+     node000002740f22fe20 -> node000002740f2304e0 [color="pink", penwidth=2, fontcolor="pink", fontsize=12, arrowsize=0.8];
+     node000002740f22fe20 -> node000002740f230450 [color="pink", penwidth=2, fontcolor="pink", fontsize=12, arrowsize=0.8];
+     node000002740f2304e0 -> node000002740f2300c0 [color="pink", penwidth=2, fontcolor="pink", fontsize=12, arrowsize=0.8];
+     node000002740f2304e0 -> node000002740f230120 [color="pink", penwidth=2, fontcolor="pink", fontsize=12, arrowsize=0.8];
+     node000002740f2300c0 -> node000002740f2303f0 [color="pink", penwidth=2, fontcolor="pink", fontsize=12, arrowsize=0.8];
+     node000002740f2300c0 -> node000002740f22fee0 [color="pink", penwidth=2, fontcolor="pink", fontsize=12, arrowsize=0.8];
+     node000002740f2303f0 -> node000002740f230480 [color="pink", penwidth=2, fontcolor="pink", fontsize=12, arrowsize=0.8];
+     node000002740f2303f0 -> node000002740f22ff70 [color="pink", penwidth=2, fontcolor="pink", fontsize=12, arrowsize=0.8];
+     node000002740f230480 -> node000002740f2302a0 [color="pink", penwidth=2, fontcolor="pink", fontsize=12, arrowsize=0.8];
+     node000002740f230480 -> node000002740f22fdf0 [color="pink", penwidth=2, fontcolor="pink", fontsize=12, arrowsize=0.8];
+     node000002740f22ff70 -> node000002740f230000 [color="pink", penwidth=2, fontcolor="pink", fontsize=12, arrowsize=0.8];
+     node000002740f22ff70 -> node000002740f230150 [color="pink", penwidth=2, fontcolor="pink", fontsize=12, arrowsize=0.8];
+     node000002740f22fee0 -> node000002740f22fdc0 [color="pink", penwidth=2, fontcolor="pink", fontsize=12, arrowsize=0.8];
+     node000002740f22fee0 -> node000002740f230210 [color="pink", penwidth=2, fontcolor="pink", fontsize=12, arrowsize=0.8];
+     node000002740f22fdc0 -> node000002740f230240 [color="pink", penwidth=2, fontcolor="pink", fontsize=12, arrowsize=0.8];
+     node000002740f230120 -> node000002740f2300f0 [color="pink", penwidth=2, fontcolor="pink", fontsize=12, arrowsize=0.8];
+     node000002740f230120 -> node000002740f230420 [color="pink", penwidth=2, fontcolor="pink", fontsize=12, arrowsize=0.8];
}
